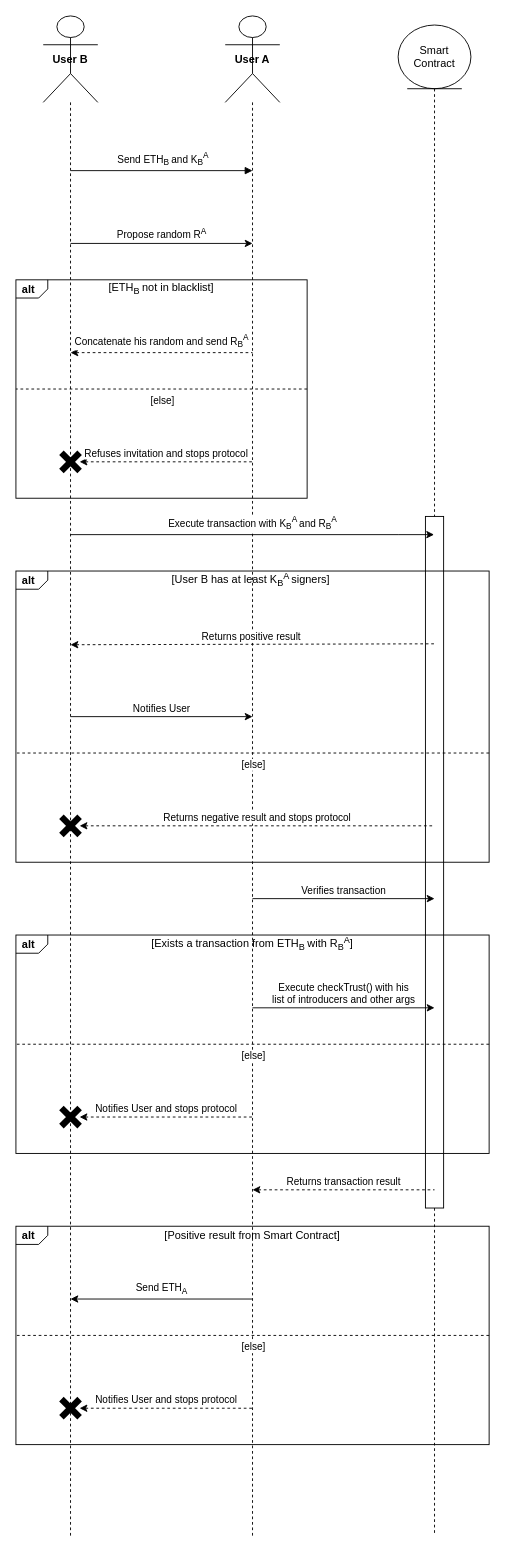
savernike/DiagramsSet keeps this draw.io diagram as TrustPropagationETH/TrustPropagationSequence.drawio. Above is the earlier version. Source tidied: cells renumbered, new cells numbered last; positions are measured from the earlier drawing's top-left corner, leaving out a move shared by most shapes. Both pictures are drawn from the tidied source at 91%, with x=0, y=0 at pixel (15, 15).
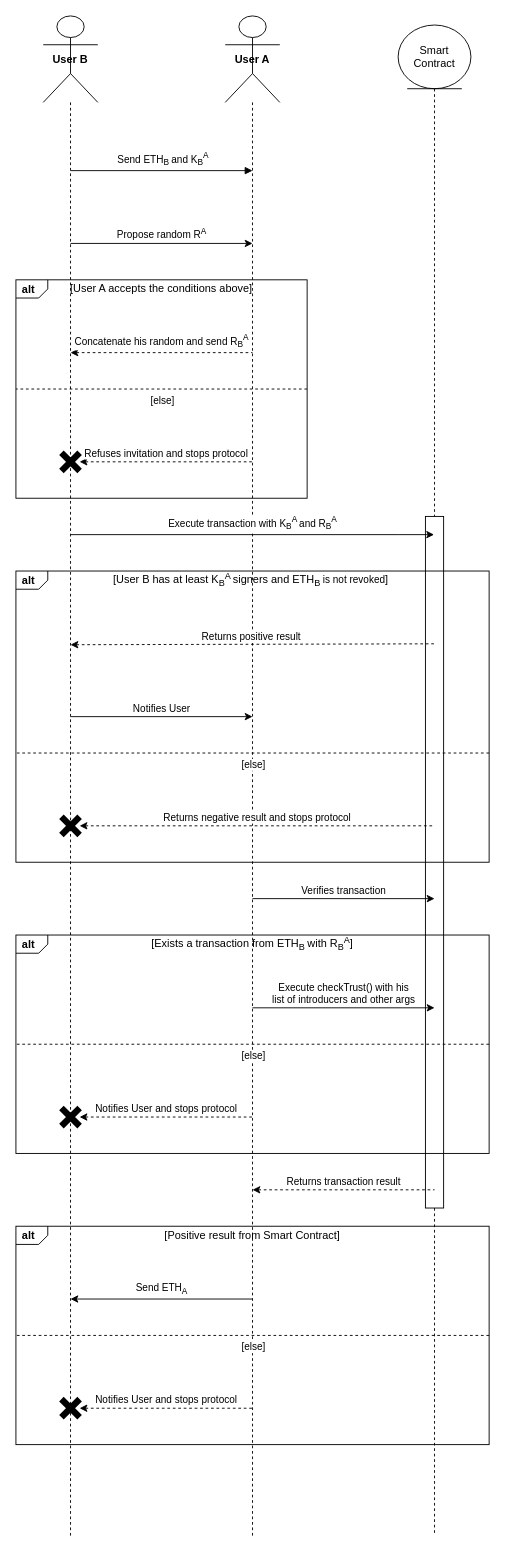
After the change.

Commit message:
Modifiche logiche box condizionali

The edit, as a diff of the source:
```diff
@@
-    <mxCell id="11" value="[ETH&lt;sub&gt;B &lt;/sub&gt;not in blacklist]" style="text;html=1;strokeColor=none;fillColor=none;align=center;verticalAlign=middle;whiteSpace=wrap;rounded=0;" parent="1" vertex="1">
+    <mxCell id="11" value="[User A accepts the conditions above]" style="text;html=1;strokeColor=none;fillColor=none;align=center;verticalAlign=middle;whiteSpace=wrap;rounded=0;" parent="1" vertex="1">
       <mxGeometry x="40" y="290" width="240" height="20" as="geometry" />
     </mxCell>
@@
-    <mxCell id="18" value="[User B has at least K&lt;sub style=&quot;border-color: var(--border-color);&quot;&gt;B&lt;/sub&gt;&lt;sup style=&quot;border-color: var(--border-color);&quot;&gt;A &lt;/sup&gt;&lt;span style=&quot;border-color: var(--border-color);&quot;&gt;signers&lt;/span&gt;]&amp;nbsp;" style="text;html=1;strokeColor=none;fillColor=none;align=center;verticalAlign=middle;whiteSpace=wrap;rounded=0;" parent="1" vertex="1">
+    <mxCell id="18" value="[User B has at least K&lt;sub style=&quot;border-color: var(--border-color);&quot;&gt;B&lt;/sub&gt;&lt;sup style=&quot;border-color: var(--border-color);&quot;&gt;A &lt;/sup&gt;&lt;span style=&quot;border-color: var(--border-color);&quot;&gt;signers and ETH&lt;sub style=&quot;border-color: var(--border-color);&quot;&gt;B&amp;nbsp;&lt;/sub&gt;&lt;span style=&quot;font-size: 11px; background-color: rgb(255, 255, 255);&quot;&gt;is not revoked&lt;/span&gt;&lt;/span&gt;]&amp;nbsp;" style="text;html=1;strokeColor=none;fillColor=none;align=center;verticalAlign=middle;whiteSpace=wrap;rounded=0;" parent="1" vertex="1">
       <mxGeometry x="40" y="610" width="440" height="20" as="geometry" />
     </mxCell>
```
